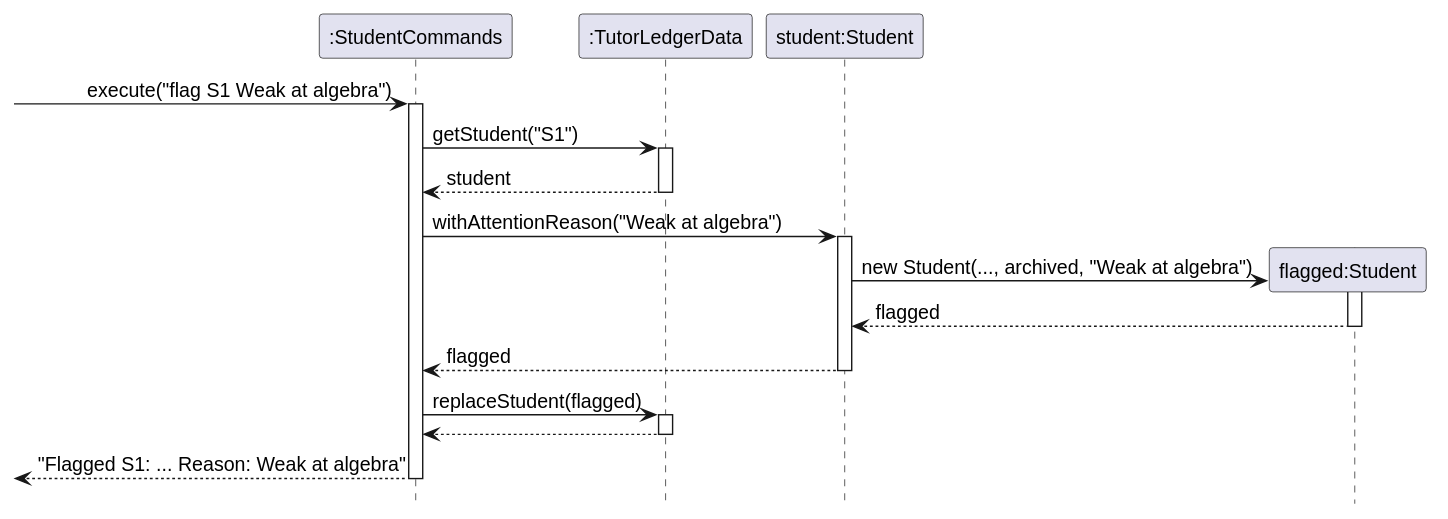
This is docs/diagrams/student-flag-sequence.svg from AY2627S1-CS2113-W12-2/tp, a PlantUML export, as it was before one commit. Its source is kept beside it as docs/diagrams/student-flag-sequence.puml.
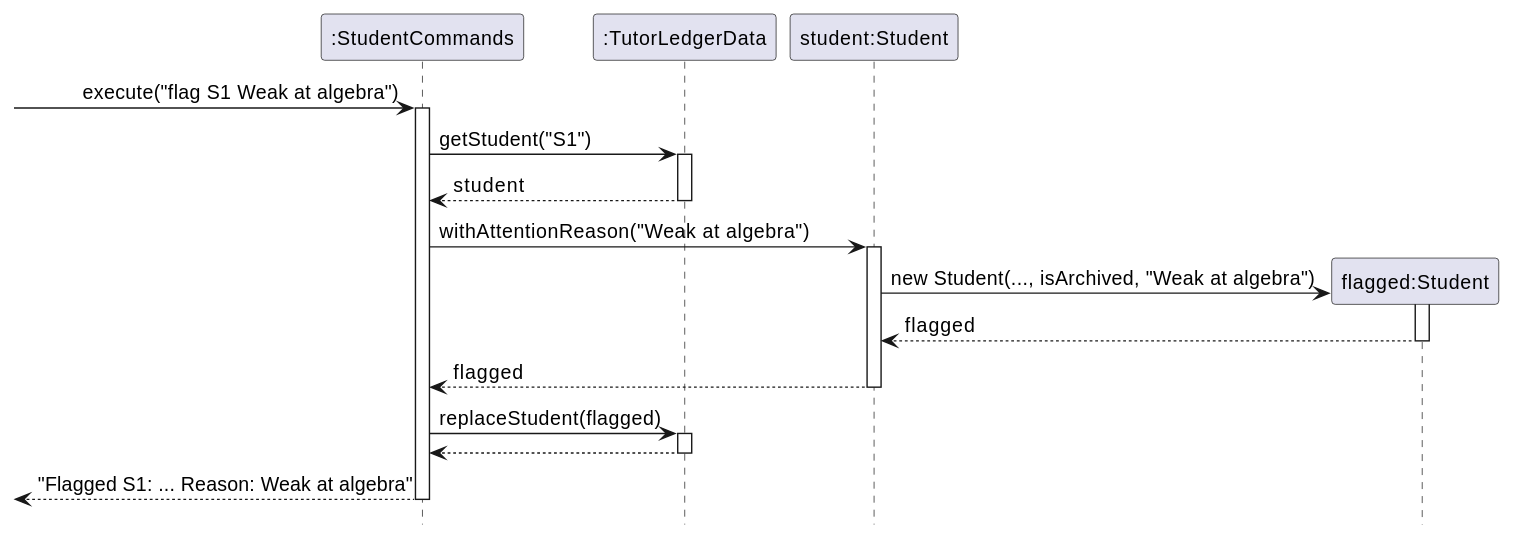
After the change.

Change to the diagram source:
```diff
@@ -18,7 +18,7 @@
 Commands -> Original : withAttentionReason("Weak at algebra")
 activate Original
 create "flagged:Student" as Flagged
-Original -> Flagged : new Student(..., archived, "Weak at algebra")
+Original -> Flagged : new Student(..., isArchived, "Weak at algebra")
 activate Flagged
 Flagged --> Original : flagged
 deactivate Flagged
```
